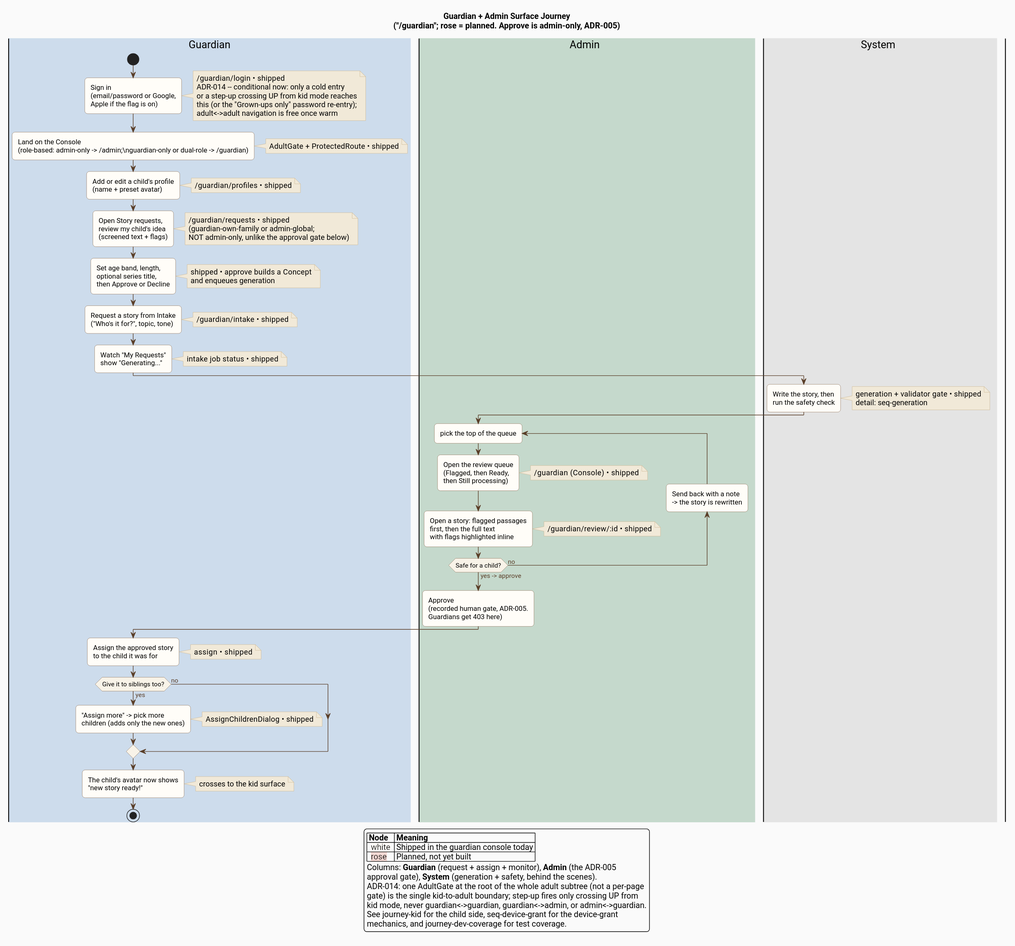
Above: docs/architecture/diagrams/journey-guardian.svg in ByronWilliamsCPA/cyo-adventure (PlantUML), before the change. The source it was exported from:
```plantuml
@startuml

title Guardian + Admin Surface Journey\n("/guardian"; rose = planned. Approve is admin-only, ADR-005)

skinparam defaultFontName "Roboto"
skinparam backgroundColor #FAFAFA
skinparam roundCorner 10
skinparam shadowing false
skinparam ArrowColor #5a3e28
skinparam ArrowFontColor #5a3e28
skinparam ActivityBackgroundColor #FFFDF8
skinparam ActivityBorderColor #8c6f56
skinparam ActivityDiamondBackgroundColor #f8f3e8
skinparam ActivityDiamondBorderColor #8c6f56
skinparam NoteBackgroundColor #F1E9D8
skinparam NoteBorderColor #c9b48f
skinparam swimlaneWidth same

|#CDDCEC|Guardian|
|#C5D9CC|Admin|
|#E4E4E4|System|

|Guardian|
start
:Sign in
(email/password or Google,
Apple if the flag is on);
note right: /guardian/login  •  shipped\nADR-014 -- conditional now: only a cold entry\nor a step-up crossing UP from kid mode reaches\nthis (or the "Grown-ups only" password re-entry);\nadult<->adult navigation is free once warm
:Land on the Console
(role-based: admin-only -> /admin;\nguardian-only or dual-role -> /guardian);
note right: AdultGate + ProtectedRoute  •  shipped

:Add or edit a child's profile
(name + preset avatar);
note right: /guardian/profiles  •  shipped

:Open Story requests,
review my child's idea
(screened text + flags);
note right: /guardian/requests  •  shipped\n(guardian-own-family or admin-global;\nNOT admin-only, unlike the approval gate below)
:Set age band, length,
optional series title,
then Approve or Decline;
note right: shipped  •  approve builds a Concept\nand enqueues generation

:Request a story from Intake
("Who's it for?", topic, tone);
note right: /guardian/intake  •  shipped
:Watch "My Requests"
show "Generating...";
note right: intake job status  •  shipped

|System|
:Write the story, then
run the safety check;
note right: generation + validator gate  •  shipped\ndetail: seq-generation

|Admin|
repeat :pick the top of the queue;
  :Open the review queue
  (Flagged, then Ready,
  then Still processing);
  note right: /guardian  (Console)  •  shipped
  :Open a story: flagged passages
  first, then the full text
  with flags highlighted inline;
  note right: /guardian/review/:id  •  shipped
backward:Send back with a note
-> the story is rewritten;
repeat while (Safe for a child?) is (no) not (yes -> approve)
:Approve
(recorded human gate, ADR-005.
Guardians get 403 here);

|Guardian|
:Assign the approved story
to the child it was for;
note right: assign  •  shipped
if (Give it to siblings too?) then (yes)
  :"Assign more" -> pick more
  children (adds only the new ones);
  note right: AssignChildrenDialog  •  shipped
else (no)
endif
:The child's avatar now shows
"new story ready!";
note right: crosses to the kid surface
stop

legend bottom
  |= Node |= Meaning |
  |<back:#FFFDF8>  white  </back>| Shipped in the guardian console today |
  |<back:#F3D9D4>  rose   </back>| Planned, not yet built |
  Columns: <b>Guardian</b> (request + assign + monitor), <b>Admin</b> (the ADR-005
  approval gate), <b>System</b> (generation + safety, behind the scenes).
  ADR-014: one AdultGate at the root of the whole adult subtree (not a per-page
  gate) is the single kid-to-adult boundary; step-up fires only crossing UP from
  kid mode, never guardian<->guardian, guardian<->admin, or admin<->guardian.
  See journey-kid for the child side, seq-device-grant for the device-grant
  mechanics, and journey-dev-coverage for test coverage.
endlegend
@enduml
```
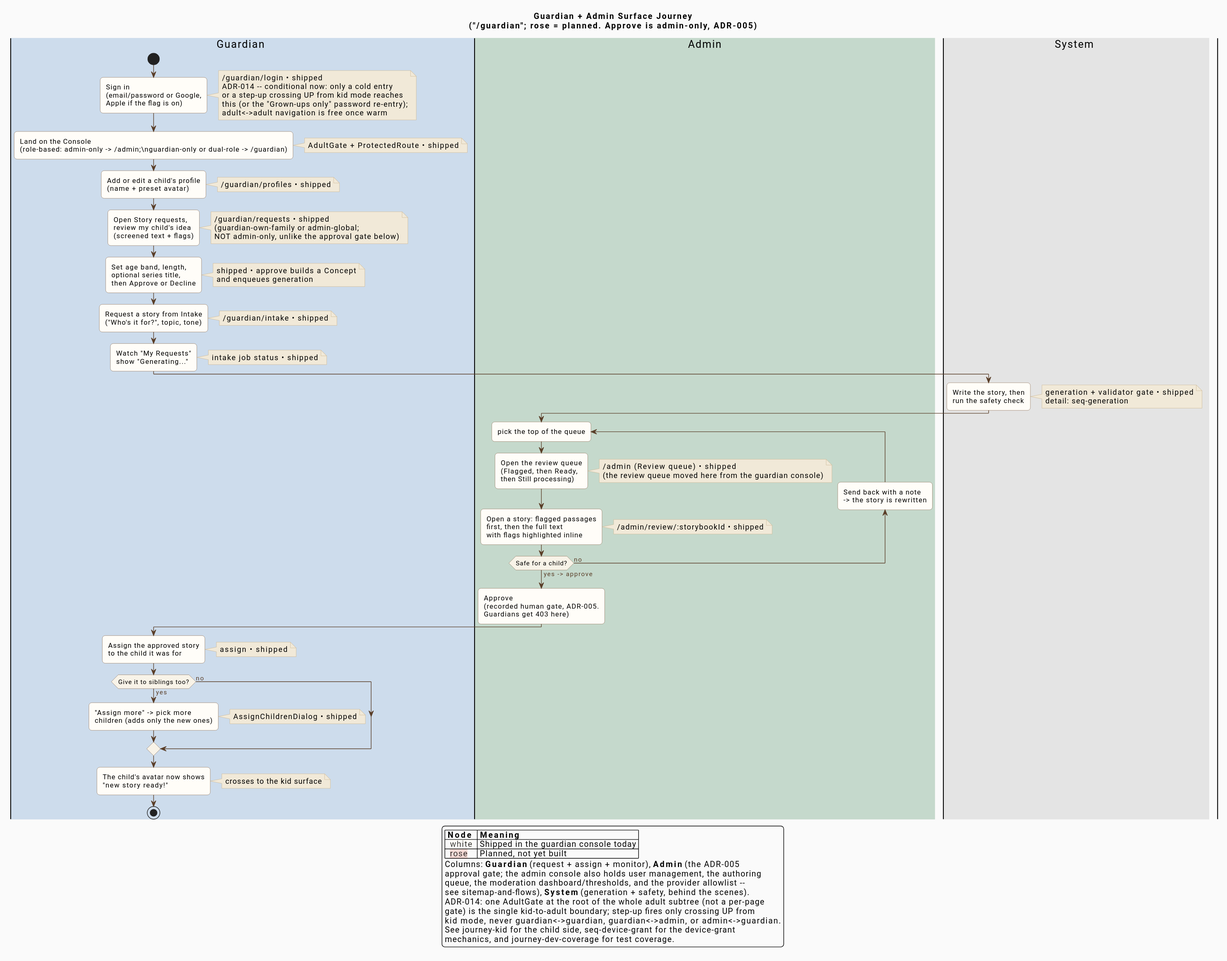
The same file after the commit.

Change to the diagram source:
```diff
@@ -60,11 +60,11 @@
   :Open the review queue
   (Flagged, then Ready,
   then Still processing);
-  note right: /guardian  (Console)  •  shipped
+  note right: /admin  (Review queue)  •  shipped\n(the review queue moved here from the guardian console)
   :Open a story: flagged passages
   first, then the full text
   with flags highlighted inline;
-  note right: /guardian/review/:id  •  shipped
+  note right: /admin/review/:storybookId  •  shipped
 backward:Send back with a note
 -> the story is rewritten;
 repeat while (Safe for a child?) is (no) not (yes -> approve)
@@ -92,7 +92,9 @@
   |<back:#FFFDF8>  white  </back>| Shipped in the guardian console today |
   |<back:#F3D9D4>  rose   </back>| Planned, not yet built |
   Columns: <b>Guardian</b> (request + assign + monitor), <b>Admin</b> (the ADR-005
-  approval gate), <b>System</b> (generation + safety, behind the scenes).
+  approval gate; the admin console also holds user management, the authoring
+  queue, the moderation dashboard/thresholds, and the provider allowlist --
+  see sitemap-and-flows), <b>System</b> (generation + safety, behind the scenes).
   ADR-014: one AdultGate at the root of the whole adult subtree (not a per-page
   gate) is the single kid-to-adult boundary; step-up fires only crossing UP from
   kid mode, never guardian<->guardian, guardian<->admin, or admin<->guardian.
```
